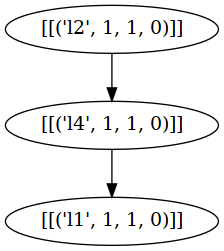
Before: task_network.png, a diagram exported from Graphviz (XushengLuo92/Hierarchical-LTL). Its source is kept beside it as task_network.dot.
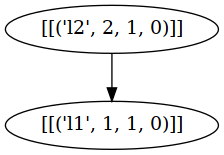
Above is the later version.

What changed in the source:
```diff
@@ -1,8 +1,6 @@
 strict digraph "" {
 	node [label="\N"];
 	"('l0', 2)"	[label="[[('l1', 1, 1, 0)]]"];
-	"('l100', 1)"	[label="[[('l2', 1, 1, 0)]]"];
-	"('l100', 2)"	[label="[[('l4', 1, 1, 0)]]"];
-	"('l100', 1)" -> "('l100', 2)";
-	"('l100', 2)" -> "('l0', 2)";
+	"('l100', 1)"	[label="[[('l2', 2, 1, 0)]]"];
+	"('l100', 1)" -> "('l0', 2)";
 }
```
